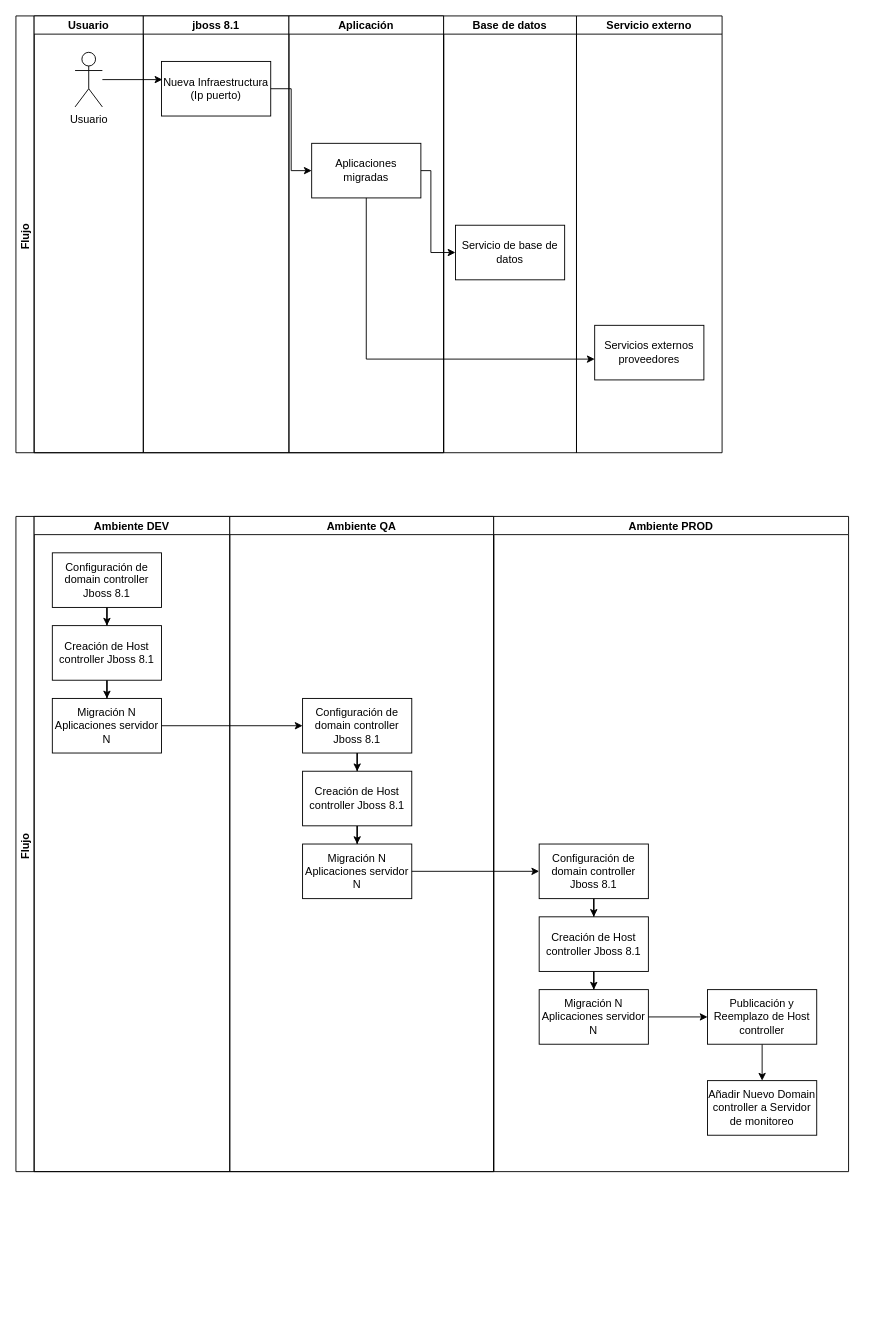
Above: DiagramaSecuencia.drawio in GonzaloDavid/diagramas (draw.io), before the change. Source tidied: cells renumbered, new cells numbered last; positions are measured from the earlier drawing's top-left corner, leaving out a move shared by most shapes. Both pictures are drawn from the tidied source at 91%, with x=0, y=0 at pixel (15, 15).
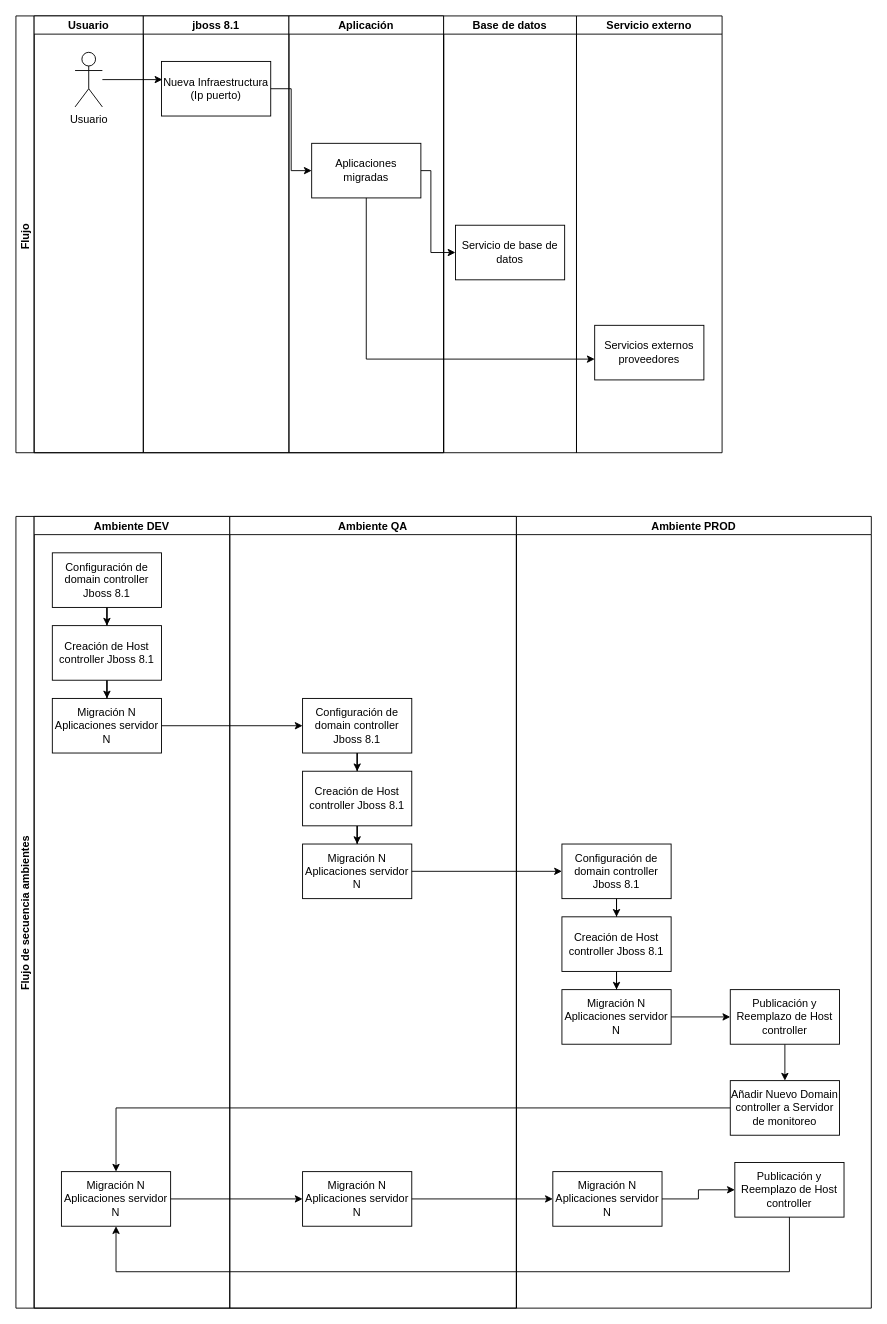
After the change.

Unchanged cells that the change refers to:
```xml
<mxCell id="40" value="Añadir Nuevo Domain controller a Servidor de monitoreo" style="rounded=0;whiteSpace=wrap;html=1;" parent="31" vertex="1">
  <mxGeometry x="235" y="620" width="120" height="60" as="geometry" />
</mxCell>
```

Diff of the diagram source:
```diff
@@
-    <mxCell id="17" value="Flujo " style="swimlane;startSize=20;horizontal=0;" parent="1" vertex="1">
-      <mxGeometry y="550" width="525" height="720" as="geometry" />
+    <mxCell id="17" value="Flujo de secuencia ambientes" style="swimlane;startSize=20;horizontal=0;" parent="1" vertex="1">
+      <mxGeometry y="550" width="550" height="870" as="geometry" />
     </mxCell>
     <mxCell id="18" value="Ambiente DEV" style="swimlane;startSize=20;" parent="17" vertex="1">
-      <mxGeometry x="20" width="215" height="720" as="geometry" />
+      <mxGeometry x="20" width="215" height="870" as="geometry" />
     </mxCell>
@@
+    <mxCell id="42" value="Migración N Aplicaciones servidor N" style="rounded=0;whiteSpace=wrap;html=1;" parent="18" vertex="1">
+      <mxGeometry x="30" y="720" width="120" height="60" as="geometry" />
+    </mxCell>
     <mxCell id="24" value="Ambiente QA" style="swimlane;startSize=20;" parent="17" vertex="1">
-      <mxGeometry x="235" width="290" height="720" as="geometry" />
+      <mxGeometry x="235" width="315" height="870" as="geometry" />
     </mxCell>
@@
+    <mxCell id="43" value="Migración N Aplicaciones servidor N" style="rounded=0;whiteSpace=wrap;html=1;" parent="24" vertex="1">
+      <mxGeometry x="80" y="720" width="120" height="60" as="geometry" />
+    </mxCell>
@@
+    <mxCell id="44" style="edgeStyle=orthogonalEdgeStyle;rounded=0;jettySize=auto;html=1;entryX=0;entryY=0.5;entryDx=0;entryDy=0;" parent="17" edge="1" source="42" target="43">
+      <mxGeometry relative="1" as="geometry" />
+    </mxCell>
     <mxCell id="31" value="Ambiente PROD" style="swimlane;startSize=20;" parent="1" vertex="1">
-      <mxGeometry x="525" y="550" width="390" height="720" as="geometry" />
+      <mxGeometry x="550" y="550" width="390" height="870" as="geometry" />
     </mxCell>
@@
+    <mxCell id="45" style="edgeStyle=orthogonalEdgeStyle;rounded=0;jettySize=auto;html=1;entryX=0;entryY=0.5;entryDx=0;entryDy=0;" parent="31" edge="1" source="46" target="47">
+      <mxGeometry relative="1" as="geometry" />
+    </mxCell>
+    <mxCell id="46" value="Migración N Aplicaciones servidor N" style="rounded=0;whiteSpace=wrap;html=1;" parent="31" vertex="1">
+      <mxGeometry x="40" y="720" width="120" height="60" as="geometry" />
+    </mxCell>
+    <mxCell id="47" value="Publicación y Reemplazo de Host controller" style="rounded=0;whiteSpace=wrap;html=1;" parent="31" vertex="1">
+      <mxGeometry x="240" y="710" width="120" height="60" as="geometry" />
+    </mxCell>
@@
+    <mxCell id="48" style="edgeStyle=orthogonalEdgeStyle;rounded=0;jettySize=auto;html=1;" parent="1" edge="1" source="40" target="42">
+      <mxGeometry relative="1" as="geometry" />
+    </mxCell>
+    <mxCell id="49" style="edgeStyle=orthogonalEdgeStyle;rounded=0;jettySize=auto;html=1;" parent="1" edge="1" source="43" target="46">
+      <mxGeometry relative="1" as="geometry" />
+    </mxCell>
+    <mxCell id="50" style="edgeStyle=orthogonalEdgeStyle;rounded=0;jettySize=auto;html=1;entryX=0.5;entryY=1;entryDx=0;entryDy=0;" parent="1" edge="1" source="47" target="42">
+      <mxGeometry relative="1" as="geometry">
+        <Array as="points">
+          <mxPoint x="850" y="1380" />
+          <mxPoint x="110" y="1380" />
+        </Array>
+      </mxGeometry>
+    </mxCell>
```
